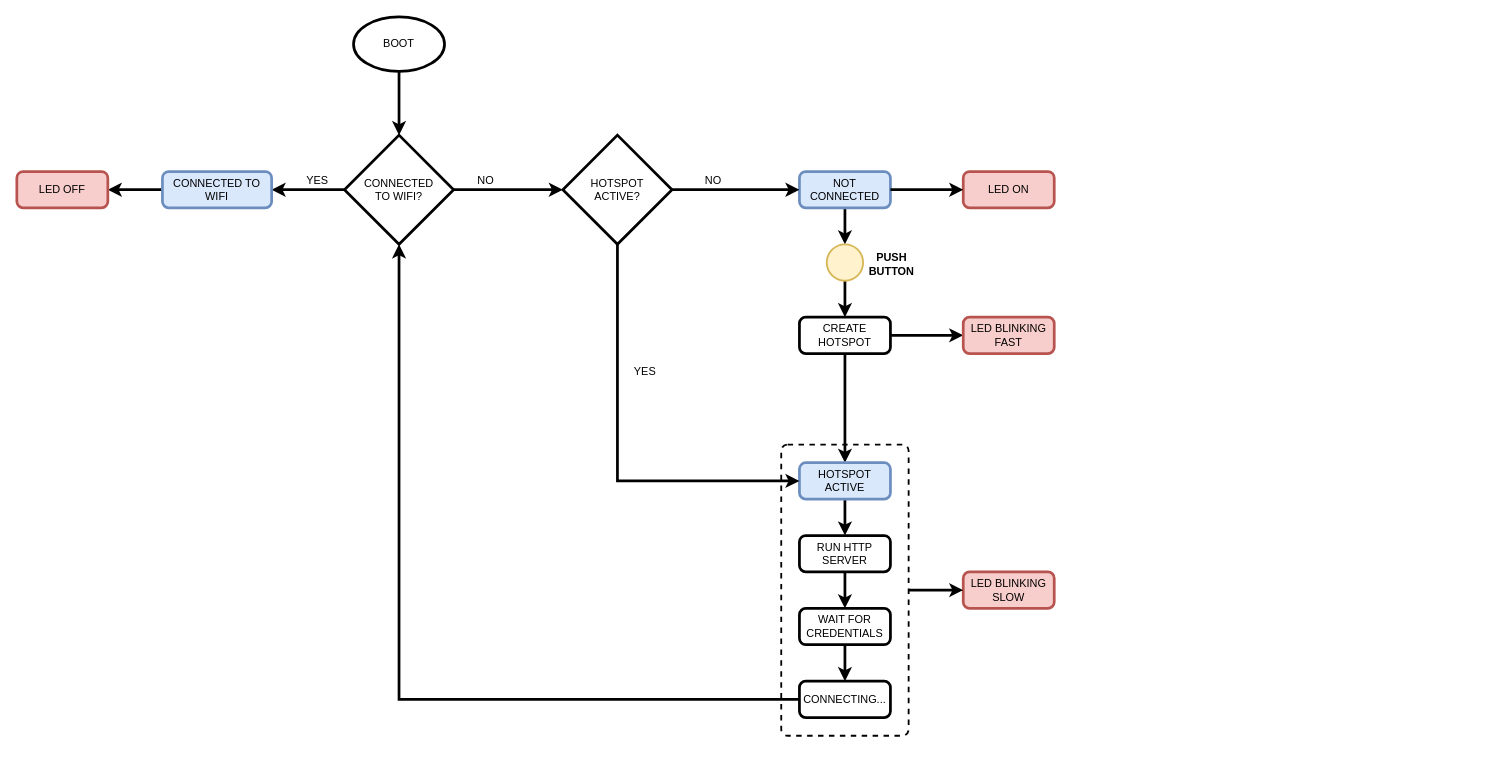
This is network_schema.drawio from leminrock/doc, a draw.io file, before an edit. Source tidied: cells renumbered, new cells numbered last; positions are measured from the earlier drawing's top-left corner, leaving out a move shared by most shapes. Both pictures are drawn from the tidied source at 91%, with x=0, y=0 at pixel (16, 16).
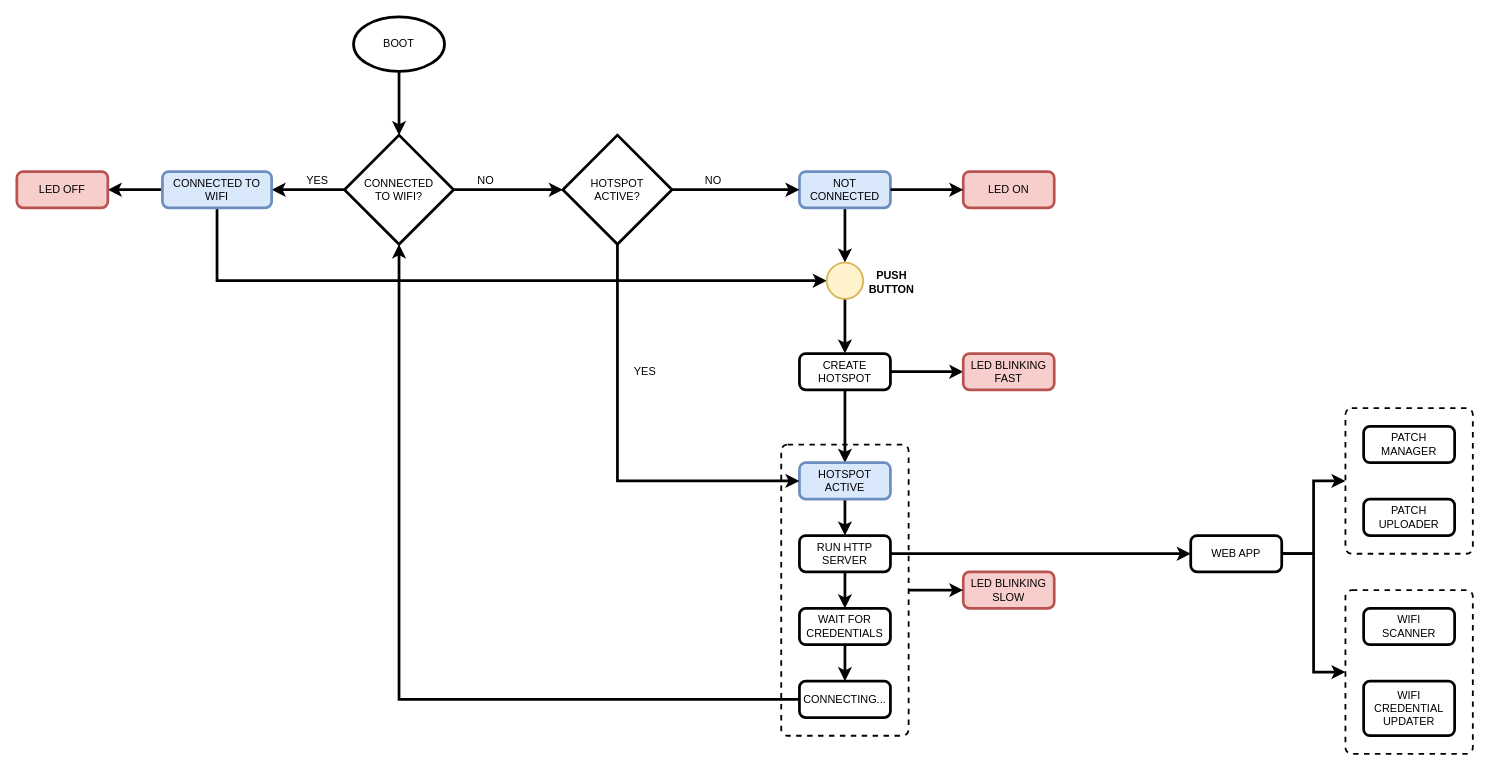
After the change.

The change refers to these unchanged cells:
```xml
<mxCell id="9" value="CONNECTED TO WIFI" style="rounded=1;whiteSpace=wrap;html=1;absoluteArcSize=1;arcSize=14;strokeWidth=3;fillColor=#dae8fc;strokeColor=#6c8ebf;" parent="1" vertex="1">
  <mxGeometry x="160" y="170" width="120" height="40" as="geometry" />
</mxCell>
<mxCell id="18" value="RUN HTTP SERVER" style="rounded=1;whiteSpace=wrap;html=1;absoluteArcSize=1;arcSize=14;strokeWidth=3;" parent="1" vertex="1">
  <mxGeometry x="860" y="570" width="100" height="40" as="geometry" />
</mxCell>
```

What changed in the source:
```diff
@@
+    <mxCell id="39" style="edgeStyle=orthogonalEdgeStyle;rounded=0;jettySize=auto;html=1;entryX=0;entryY=0.5;entryDx=0;entryDy=0;entryPerimeter=0;strokeWidth=3;" parent="1" edge="1" source="9" target="35">
+      <mxGeometry relative="1" as="geometry">
+        <Array as="points">
+          <mxPoint x="220" y="290" />
+        </Array>
+      </mxGeometry>
+    </mxCell>
@@
     <mxCell id="13" value="CREATE HOTSPOT" style="rounded=1;whiteSpace=wrap;html=1;absoluteArcSize=1;arcSize=14;strokeWidth=3;" parent="1" vertex="1">
-      <mxGeometry x="860" y="330" width="100" height="40" as="geometry" />
+      <mxGeometry x="860" y="370" width="100" height="40" as="geometry" />
     </mxCell>
@@
+    <mxCell id="40" style="edgeStyle=orthogonalEdgeStyle;rounded=0;jettySize=auto;html=1;entryX=0;entryY=0.5;entryDx=0;entryDy=0;strokeWidth=3;" parent="1" edge="1" source="18" target="43">
+      <mxGeometry relative="1" as="geometry" />
+    </mxCell>
@@
     <mxCell id="35" style="strokeWidth=2;html=1;shape=mxgraph.flowchart.start_2;whiteSpace=wrap;fillColor=#fff2cc;strokeColor=#d6b656;" parent="1" vertex="1">
-      <mxGeometry x="890" y="250" width="40" height="40" as="geometry" />
+      <mxGeometry x="890" y="270" width="40" height="40" as="geometry" />
     </mxCell>
     <mxCell id="36" value="PUSH&lt;br&gt;BUTTON" style="text;html=1;align=center;verticalAlign=middle;strokeColor=none;fillColor=none;fontStyle=1;" parent="1" vertex="1">
-      <mxGeometry x="926" y="257" width="70" height="30" as="geometry" />
+      <mxGeometry x="926" y="277" width="70" height="30" as="geometry" />
     </mxCell>
@@
     <mxCell id="38" value="LED BLINKING&lt;br&gt;FAST" style="rounded=1;whiteSpace=wrap;html=1;absoluteArcSize=1;arcSize=14;strokeWidth=3;fillColor=#f8cecc;strokeColor=#b85450;" parent="1" vertex="1">
-      <mxGeometry x="1040" y="330" width="100" height="40" as="geometry" />
+      <mxGeometry x="1040" y="370" width="100" height="40" as="geometry" />
     </mxCell>
+    <mxCell id="41" style="edgeStyle=orthogonalEdgeStyle;rounded=0;jettySize=auto;html=1;strokeWidth=3;" parent="1" edge="1" source="43" target="48">
+      <mxGeometry relative="1" as="geometry" />
+    </mxCell>
+    <mxCell id="42" style="edgeStyle=orthogonalEdgeStyle;rounded=0;jettySize=auto;html=1;entryX=0;entryY=0.5;entryDx=0;entryDy=0;strokeWidth=3;" parent="1" edge="1" source="43" target="49">
+      <mxGeometry relative="1" as="geometry" />
+    </mxCell>
+    <mxCell id="43" value="WEB APP" style="rounded=1;whiteSpace=wrap;html=1;absoluteArcSize=1;arcSize=14;strokeWidth=3;" parent="1" vertex="1">
+      <mxGeometry x="1290" y="570" width="100" height="40" as="geometry" />
+    </mxCell>
+    <mxCell id="44" value="PATCH MANAGER" style="rounded=1;whiteSpace=wrap;html=1;absoluteArcSize=1;arcSize=14;strokeWidth=3;" parent="1" vertex="1">
+      <mxGeometry x="1480" y="450" width="100" height="40" as="geometry" />
+    </mxCell>
+    <mxCell id="45" value="PATCH UPLOADER" style="rounded=1;whiteSpace=wrap;html=1;absoluteArcSize=1;arcSize=14;strokeWidth=3;" parent="1" vertex="1">
+      <mxGeometry x="1480" y="530" width="100" height="40" as="geometry" />
+    </mxCell>
+    <mxCell id="46" value="WIFI&lt;br&gt;SCANNER" style="rounded=1;whiteSpace=wrap;html=1;absoluteArcSize=1;arcSize=14;strokeWidth=3;" parent="1" vertex="1">
+      <mxGeometry x="1480" y="650" width="100" height="40" as="geometry" />
+    </mxCell>
+    <mxCell id="47" value="WIFI CREDENTIAL&lt;br&gt;UPDATER" style="rounded=1;whiteSpace=wrap;html=1;absoluteArcSize=1;arcSize=14;strokeWidth=3;" parent="1" vertex="1">
+      <mxGeometry x="1480" y="730" width="100" height="60" as="geometry" />
+    </mxCell>
+    <mxCell id="48" style="rounded=1;whiteSpace=wrap;html=1;absoluteArcSize=1;arcSize=14;strokeWidth=2;fillColor=none;dashed=1;" parent="1" vertex="1">
+      <mxGeometry x="1460" y="430" width="140" height="160" as="geometry" />
+    </mxCell>
+    <mxCell id="49" style="rounded=1;whiteSpace=wrap;html=1;absoluteArcSize=1;arcSize=14;strokeWidth=2;fillColor=none;dashed=1;" parent="1" vertex="1">
+      <mxGeometry x="1460" y="630" width="140" height="180" as="geometry" />
+    </mxCell>
```
